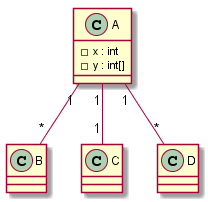
Manasi670430/Parser keeps this PlantUML diagram as out/production/Parser/output.png. Above is the earlier version.
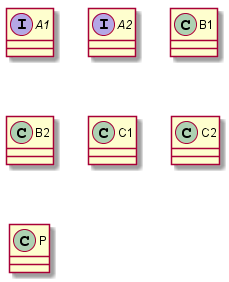
Later version of the same file.

Diff of the diagram source:
```diff
@@ -1,15 +1,16 @@
 @startuml
-class A {
-- x : int
-- y : int[]
+interface A1 {
  }
-class B {
+interface A2 {
  }
-class C {
+class B1 {
  }
-class D {
+class B2 {
  }
-A "1" -- "*" B
-A "1" -- "1" C
-A "1" -- "*" D
+class C1 {
+ }
+class C2 {
+ }
+class P {
+ }
 @enduml
```
